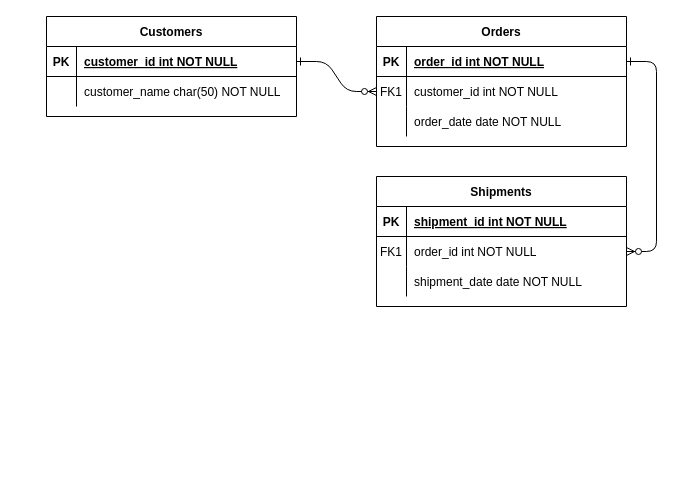
Above: Untitled Diagram.drawio in laurenashley/lightBnB (draw.io), before the change. Source tidied: cells renumbered, new cells numbered last; positions are measured from the earlier drawing's top-left corner, leaving out a move shared by most shapes. Both pictures are drawn from the tidied source at 100%, with x=0, y=0 at pixel (46, 16).
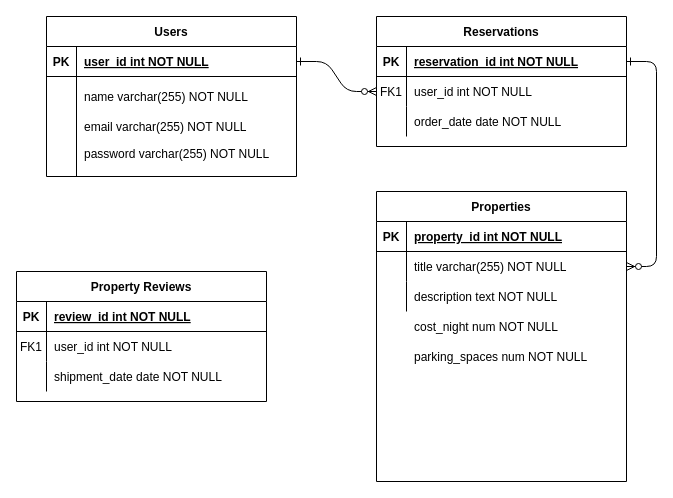
Above is the later version.

Unchanged cells that the change refers to:
```xml
<mxCell id="5" style="shape=partialRectangle;fillColor=none;points=[[0,0.5],[1,0.5]];portConstraint=eastwest;top=0;left=0;right=0;bottom=1;" parent="4" vertex="1">
  <mxGeometry y="30" width="250" height="30" as="geometry" />
</mxCell>
<mxCell id="8" style="shape=partialRectangle;fillColor=none;points=[[0,0.5],[1,0.5]];portConstraint=eastwest;top=0;left=0;right=0;bottom=0;" parent="4" vertex="1">
  <mxGeometry y="60" width="250" height="30" as="geometry" />
</mxCell>
<mxCell id="15" style="shape=partialRectangle;fillColor=none;top=0;left=0;right=0;bottom=1;" parent="14" vertex="1">
  <mxGeometry y="30" width="250" height="30" as="geometry" />
</mxCell>
<mxCell id="18" style="shape=partialRectangle;fillColor=none;points=[[0,0.5],[1,0.5]];portConstraint=eastwest;top=0;left=0;right=0;bottom=0;" parent="14" vertex="1">
  <mxGeometry y="60" width="250" height="30" as="geometry" />
</mxCell>
<mxCell id="21" style="shape=partialRectangle;fillColor=none;top=0;left=0;right=0;bottom=0;" parent="14" vertex="1">
  <mxGeometry y="90" width="250" height="30" as="geometry" />
</mxCell>
<mxCell id="25" style="shape=partialRectangle;fillColor=none;points=[[0,0.5],[1,0.5]];portConstraint=eastwest;top=0;left=0;right=0;bottom=1;" parent="24" vertex="1">
  <mxGeometry y="30" width="250" height="30" as="geometry" />
</mxCell>
```

Diff of the diagram source:
```diff
@@
-    <mxCell id="4" value="Orders" style="shape=table;startSize=30;childLayout=tableLayout;rowLines=0;fontStyle=1;align=center;" parent="1" vertex="1">
+    <mxCell id="4" value="Reservations" style="shape=table;startSize=30;childLayout=tableLayout;rowLines=0;fontStyle=1;align=center;" parent="1" vertex="1">
       <mxGeometry x="330" width="250" height="130" as="geometry" />
     </mxCell>
@@
-    <mxCell id="7" value="order_id int NOT NULL " style="shape=partialRectangle;overflow=hidden;fillColor=none;top=0;left=0;bottom=0;right=0;align=left;spacingLeft=6;fontStyle=5;" parent="5" vertex="1">
+    <mxCell id="7" value="reservation_id int NOT NULL " style="shape=partialRectangle;overflow=hidden;fillColor=none;top=0;left=0;bottom=0;right=0;align=left;spacingLeft=6;fontStyle=5;" parent="5" vertex="1">
       <mxGeometry x="30" width="220" height="30" as="geometry" />
     </mxCell>
@@
-    <mxCell id="10" value="customer_id int NOT NULL" style="shape=partialRectangle;overflow=hidden;fillColor=none;top=0;left=0;bottom=0;right=0;align=left;spacingLeft=6;" parent="8" vertex="1">
+    <mxCell id="10" value="user_id int NOT NULL" style="shape=partialRectangle;overflow=hidden;fillColor=none;top=0;left=0;bottom=0;right=0;align=left;spacingLeft=6;" parent="8" vertex="1">
       <mxGeometry x="30" width="220" height="30" as="geometry" />
     </mxCell>
@@
-    <mxCell id="14" value="Shipments" style="shape=table;startSize=30;childLayout=tableLayout;rowLines=0;fontStyle=1;align=center;" parent="1" vertex="1">
-      <mxGeometry x="330" y="160" width="250" height="130" as="geometry" />
+    <mxCell id="14" value="Properties" style="shape=table;startSize=30;childLayout=tableLayout;rowLines=0;fontStyle=1;align=center;" parent="1" vertex="1">
+      <mxGeometry x="330" y="175" width="250" height="290" as="geometry" />
     </mxCell>
@@
-    <mxCell id="17" value="shipment_id int NOT NULL " style="shape=partialRectangle;overflow=hidden;fillColor=none;top=0;left=0;bottom=0;right=0;align=left;spacingLeft=6;fontStyle=5;" parent="15" vertex="1">
+    <mxCell id="17" value="property_id int NOT NULL " style="shape=partialRectangle;overflow=hidden;fillColor=none;top=0;left=0;bottom=0;right=0;align=left;spacingLeft=6;fontStyle=5;" parent="15" vertex="1">
       <mxGeometry x="30" width="220" height="30" as="geometry" />
     </mxCell>
@@
-    <mxCell id="19" value="FK1" style="shape=partialRectangle;overflow=hidden;fillColor=none;top=0;left=0;bottom=0;right=0;" parent="18" vertex="1">
+    <mxCell id="19" style="shape=partialRectangle;overflow=hidden;fillColor=none;top=0;left=0;bottom=0;right=0;" parent="18" vertex="1">
       <mxGeometry width="30" height="30" as="geometry" />
     </mxCell>
-    <mxCell id="20" value="order_id int NOT NULL" style="shape=partialRectangle;overflow=hidden;fillColor=none;top=0;left=0;bottom=0;right=0;align=left;spacingLeft=6;" parent="18" vertex="1">
+    <mxCell id="20" value="title varchar(255) NOT NULL" style="shape=partialRectangle;overflow=hidden;fillColor=none;top=0;left=0;bottom=0;right=0;align=left;spacingLeft=6;" parent="18" vertex="1">
       <mxGeometry x="30" width="220" height="30" as="geometry" />
     </mxCell>
@@
-    <mxCell id="23" value="shipment_date date NOT NULL" style="shape=partialRectangle;overflow=hidden;fillColor=none;top=0;left=0;bottom=0;right=0;align=left;spacingLeft=6;" parent="21" vertex="1">
+    <mxCell id="23" value="description text NOT NULL" style="shape=partialRectangle;overflow=hidden;fillColor=none;top=0;left=0;bottom=0;right=0;align=left;spacingLeft=6;" parent="21" vertex="1">
       <mxGeometry x="30" width="220" height="30" as="geometry" />
     </mxCell>
-    <mxCell id="24" value="Customers" style="shape=table;startSize=30;childLayout=tableLayout;rowLines=0;fontStyle=1;align=center;" parent="1" vertex="1">
-      <mxGeometry width="250" height="100" as="geometry" />
+    <mxCell id="24" value="Users" style="shape=table;startSize=30;childLayout=tableLayout;rowLines=0;fontStyle=1;align=center;" parent="1" vertex="1">
+      <mxGeometry width="250" height="160" as="geometry" />
     </mxCell>
@@
-    <mxCell id="27" value="customer_id int NOT NULL " style="shape=partialRectangle;overflow=hidden;fillColor=none;top=0;left=0;bottom=0;right=0;align=left;spacingLeft=6;fontStyle=5;" parent="25" vertex="1">
+    <mxCell id="27" value="user_id int NOT NULL " style="shape=partialRectangle;overflow=hidden;fillColor=none;top=0;left=0;bottom=0;right=0;align=left;spacingLeft=6;fontStyle=5;" parent="25" vertex="1">
       <mxGeometry x="30" width="220" height="30" as="geometry" />
     </mxCell>
     <mxCell id="28" style="shape=partialRectangle;fillColor=none;top=0;left=0;right=0;bottom=0;" parent="24" vertex="1">
-      <mxGeometry y="60" width="250" height="30" as="geometry" />
+      <mxGeometry y="60" width="250" height="100" as="geometry" />
     </mxCell>
     <mxCell id="29" style="shape=partialRectangle;overflow=hidden;fillColor=none;top=0;left=0;bottom=0;right=0;" parent="28" vertex="1">
-      <mxGeometry width="30" height="30" as="geometry" />
+      <mxGeometry width="30" height="100" as="geometry" />
     </mxCell>
-    <mxCell id="30" value="customer_name char(50) NOT NULL" style="shape=partialRectangle;overflow=hidden;fillColor=none;top=0;left=0;bottom=0;right=0;align=left;spacingLeft=6;" parent="28" vertex="1">
-      <mxGeometry x="30" width="220" height="30" as="geometry" />
+    <mxCell id="30" style="shape=partialRectangle;overflow=hidden;fillColor=none;top=0;left=0;bottom=0;right=0;align=left;spacingLeft=6;" parent="28" vertex="1">
+      <mxGeometry x="30" width="220" height="100" as="geometry" />
     </mxCell>
+    <mxCell id="31" value="Property Reviews" style="shape=table;startSize=30;childLayout=tableLayout;rowLines=0;fontStyle=1;align=center;" parent="1" vertex="1">
+      <mxGeometry x="-30" y="255" width="250" height="130" as="geometry" />
+    </mxCell>
+    <mxCell id="32" style="shape=partialRectangle;fillColor=none;top=0;left=0;right=0;bottom=1;" parent="31" vertex="1">
+      <mxGeometry y="30" width="250" height="30" as="geometry" />
+    </mxCell>
+    <mxCell id="33" value="PK" style="shape=partialRectangle;overflow=hidden;fillColor=none;top=0;left=0;bottom=0;right=0;fontStyle=1;" parent="32" vertex="1">
+      <mxGeometry width="30" height="30" as="geometry" />
+    </mxCell>
+    <mxCell id="34" value="review_id int NOT NULL " style="shape=partialRectangle;overflow=hidden;fillColor=none;top=0;left=0;bottom=0;right=0;align=left;spacingLeft=6;fontStyle=5;" parent="32" vertex="1">
+      <mxGeometry x="30" width="220" height="30" as="geometry" />
+    </mxCell>
+    <mxCell id="35" style="shape=partialRectangle;fillColor=none;top=0;left=0;right=0;bottom=0;" parent="31" vertex="1">
+      <mxGeometry y="60" width="250" height="30" as="geometry" />
+    </mxCell>
+    <mxCell id="36" value="FK1" style="shape=partialRectangle;overflow=hidden;fillColor=none;top=0;left=0;bottom=0;right=0;" parent="35" vertex="1">
+      <mxGeometry width="30" height="30" as="geometry" />
+    </mxCell>
+    <mxCell id="37" value="user_id int NOT NULL" style="shape=partialRectangle;overflow=hidden;fillColor=none;top=0;left=0;bottom=0;right=0;align=left;spacingLeft=6;" parent="35" vertex="1">
+      <mxGeometry x="30" width="220" height="30" as="geometry" />
+    </mxCell>
+    <mxCell id="38" style="shape=partialRectangle;fillColor=none;top=0;left=0;right=0;bottom=0;" parent="31" vertex="1">
+      <mxGeometry y="90" width="250" height="30" as="geometry" />
+    </mxCell>
+    <mxCell id="39" style="shape=partialRectangle;overflow=hidden;fillColor=none;top=0;left=0;bottom=0;right=0;" parent="38" vertex="1">
+      <mxGeometry width="30" height="30" as="geometry" />
+    </mxCell>
+    <mxCell id="40" value="shipment_date date NOT NULL" style="shape=partialRectangle;overflow=hidden;fillColor=none;top=0;left=0;bottom=0;right=0;align=left;spacingLeft=6;" parent="38" vertex="1">
+      <mxGeometry x="30" width="220" height="30" as="geometry" />
+    </mxCell>
+    <mxCell id="41" value="email varchar(255) NOT NULL" style="shape=partialRectangle;overflow=hidden;fillColor=none;top=0;left=0;bottom=0;right=0;align=left;spacingLeft=6;" parent="1" vertex="1">
+      <mxGeometry x="30" y="95" width="220" height="30" as="geometry" />
+    </mxCell>
+    <mxCell id="42" value="password varchar(255) NOT NULL" style="shape=partialRectangle;overflow=hidden;fillColor=none;top=0;left=0;bottom=0;right=0;align=left;spacingLeft=6;" parent="1" vertex="1">
+      <mxGeometry x="30" y="122" width="220" height="30" as="geometry" />
+    </mxCell>
+    <mxCell id="43" value="name varchar(255) NOT NULL" style="shape=partialRectangle;overflow=hidden;fillColor=none;top=0;left=0;bottom=0;right=0;align=left;spacingLeft=6;" parent="1" vertex="1">
+      <mxGeometry x="30" y="65" width="220" height="30" as="geometry" />
+    </mxCell>
+    <mxCell id="44" value="cost_night num NOT NULL" style="shape=partialRectangle;overflow=hidden;fillColor=none;top=0;left=0;bottom=0;right=0;align=left;spacingLeft=6;" parent="1" vertex="1">
+      <mxGeometry x="360" y="295" width="220" height="30" as="geometry" />
+    </mxCell>
+    <mxCell id="45" value="parking_spaces num NOT NULL" style="shape=partialRectangle;overflow=hidden;fillColor=none;top=0;left=0;bottom=0;right=0;align=left;spacingLeft=6;" parent="1" vertex="1">
+      <mxGeometry x="360" y="325" width="220" height="30" as="geometry" />
+    </mxCell>
```
